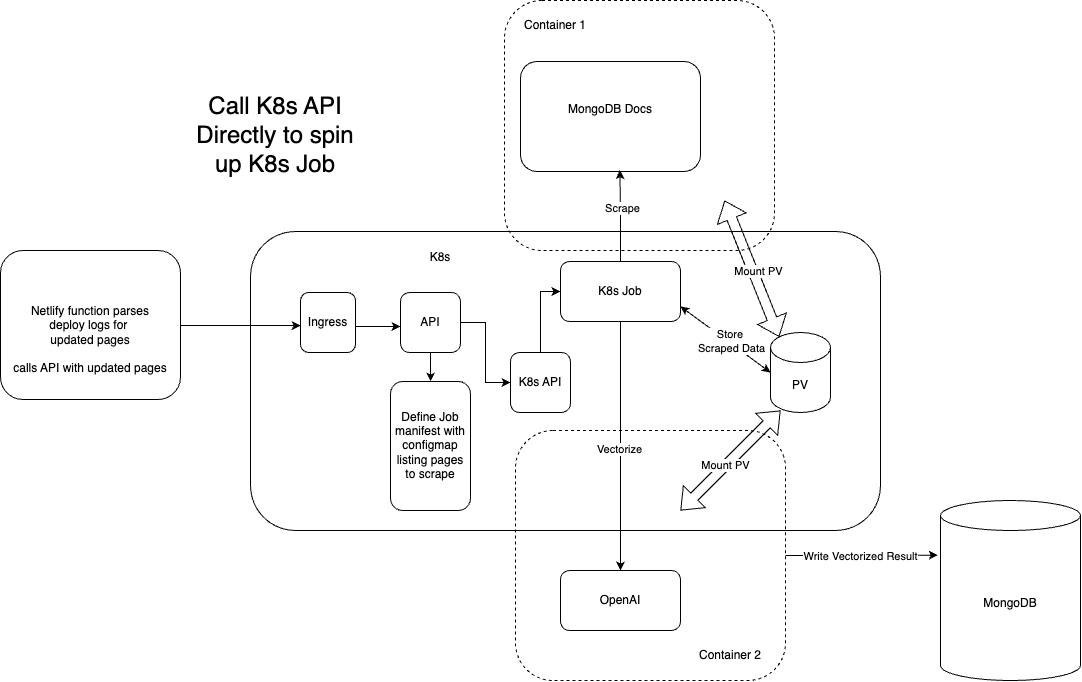
Above: rag-vectorizer.png in jeff-vincent/argo-workflows-rag-vectorizor (draw.io), before the change. Source tidied: cells renumbered, new cells last; positions are measured from the earlier drawing's top-left corner, leaving out a move shared by most shapes.
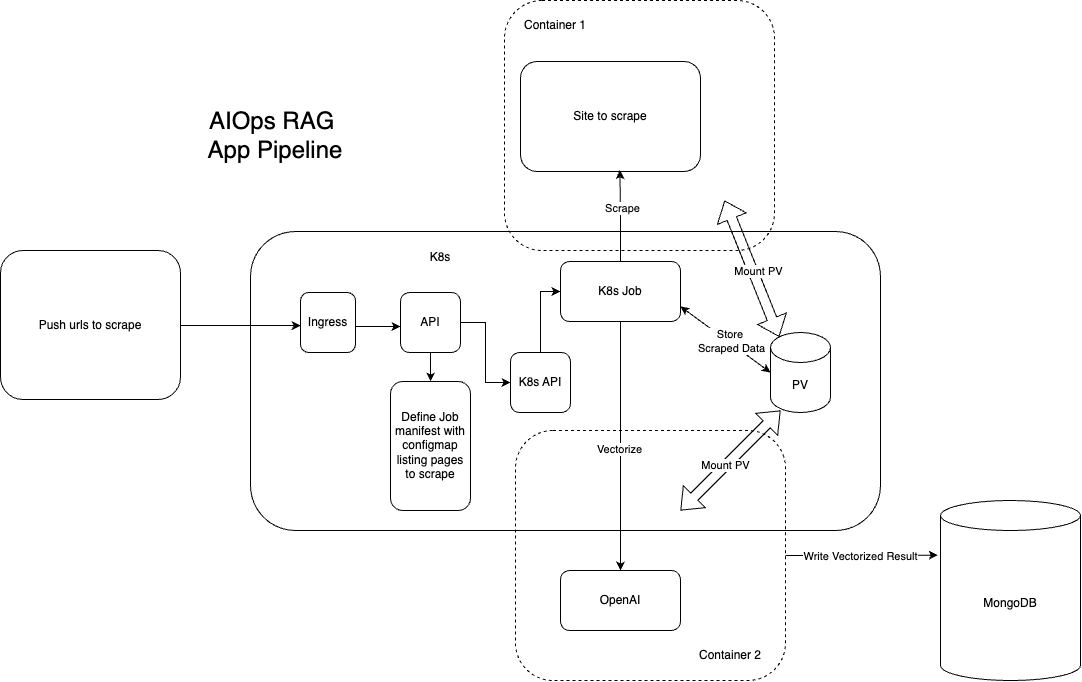
The same diagram one commit later.

What changed in the source:
```diff
@@ -35,7 +35,7 @@
     <mxCell id="12" value="K8s Job" style="rounded=1;whiteSpace=wrap;html=1;" parent="1" vertex="1">
       <mxGeometry x="560" y="261" width="120" height="60" as="geometry" />
     </mxCell>
-    <mxCell id="13" value="MongoDB Docs&lt;div&gt;&lt;br&gt;&lt;/div&gt;" style="rounded=1;whiteSpace=wrap;html=1;" parent="1" vertex="1">
+    <mxCell id="13" value="Site to scrape" style="rounded=1;whiteSpace=wrap;html=1;" parent="1" vertex="1">
       <mxGeometry x="520" y="61" width="180" height="110" as="geometry" />
     </mxCell>
     <mxCell id="14" style="edgeStyle=orthogonalEdgeStyle;rounded=0;jettySize=auto;html=1;entryX=0.552;entryY=0.988;entryDx=0;entryDy=0;entryPerimeter=0;" parent="1" edge="1" source="12" target="13">
@@ -49,7 +49,7 @@
     <mxCell id="16" value="OpenAI" style="whiteSpace=wrap;html=1;rounded=1;" parent="1" vertex="1">
       <mxGeometry x="560" y="570" width="120" height="60" as="geometry" />
     </mxCell>
-    <mxCell id="17" value="&lt;font style=&quot;font-size: 24px;&quot;&gt;Call K8s API Directly to spin up K8s Job&lt;/font&gt;" style="text;html=1;align=center;verticalAlign=middle;whiteSpace=wrap;rounded=0;" parent="1" vertex="1">
+    <mxCell id="17" value="&lt;span style=&quot;font-size: 24px;&quot;&gt;AIOps RAG&amp;nbsp;&lt;/span&gt;&lt;div&gt;&lt;span style=&quot;font-size: 24px;&quot;&gt;App Pipeline&lt;/span&gt;&lt;/div&gt;" style="text;html=1;align=center;verticalAlign=middle;whiteSpace=wrap;rounded=0;" parent="1" vertex="1">
       <mxGeometry x="180" y="120" width="190" height="30" as="geometry" />
     </mxCell>
     <mxCell id="18" style="edgeStyle=orthogonalEdgeStyle;rounded=0;jettySize=auto;html=1;" parent="1" edge="1" source="19">
@@ -60,7 +60,7 @@
         </Array>
       </mxGeometry>
     </mxCell>
-    <mxCell id="19" value="&lt;br&gt;&lt;div&gt;&lt;br&gt;&lt;/div&gt;&lt;div&gt;Netlify function&amp;nbsp;&lt;span style=&quot;background-color: initial;&quot;&gt;parses&lt;/span&gt;&lt;/div&gt;&lt;div&gt;&lt;span style=&quot;background-color: initial;&quot;&gt;deploy logs for&amp;nbsp;&lt;/span&gt;&lt;/div&gt;&lt;div&gt;updated pages&lt;/div&gt;&lt;div&gt;&lt;br&gt;&lt;/div&gt;&lt;div&gt;calls API with updated pages&lt;/div&gt;" style="rounded=1;whiteSpace=wrap;html=1;" parent="1" vertex="1">
+    <mxCell id="19" value="Push urls to scrape" style="rounded=1;whiteSpace=wrap;html=1;" parent="1" vertex="1">
       <mxGeometry y="250" width="180" height="149" as="geometry" />
     </mxCell>
     <mxCell id="20" value="Define Job manifest with configmap listing pages to scrape" style="rounded=1;whiteSpace=wrap;html=1;" parent="1" vertex="1">
@@ -86,9 +86,6 @@
         <mxPoint x="17" y="11" as="offset" />
       </mxGeometry>
     </mxCell>
-    <mxCell id="26" style="rounded=1;whiteSpace=wrap;html=1;dashed=1;fillColor=none;" parent="1" vertex="1">
-      <mxGeometry x="504" width="270" height="250" as="geometry" />
-    </mxCell>
     <mxCell id="27" value="Container 1" style="text;html=1;align=center;verticalAlign=middle;whiteSpace=wrap;rounded=0;" parent="1" vertex="1">
       <mxGeometry x="510" y="10" width="90" height="30" as="geometry" />
     </mxCell>
@@ -123,5 +120,8 @@
         <mxPoint x="11" as="offset" />
       </mxGeometry>
     </mxCell>
+    <mxCell id="26" style="rounded=1;whiteSpace=wrap;html=1;dashed=1;fillColor=none;" parent="1" vertex="1">
+      <mxGeometry x="504" width="270" height="250" as="geometry" />
+    </mxCell>
   </root>
 </mxGraphModel>
```
